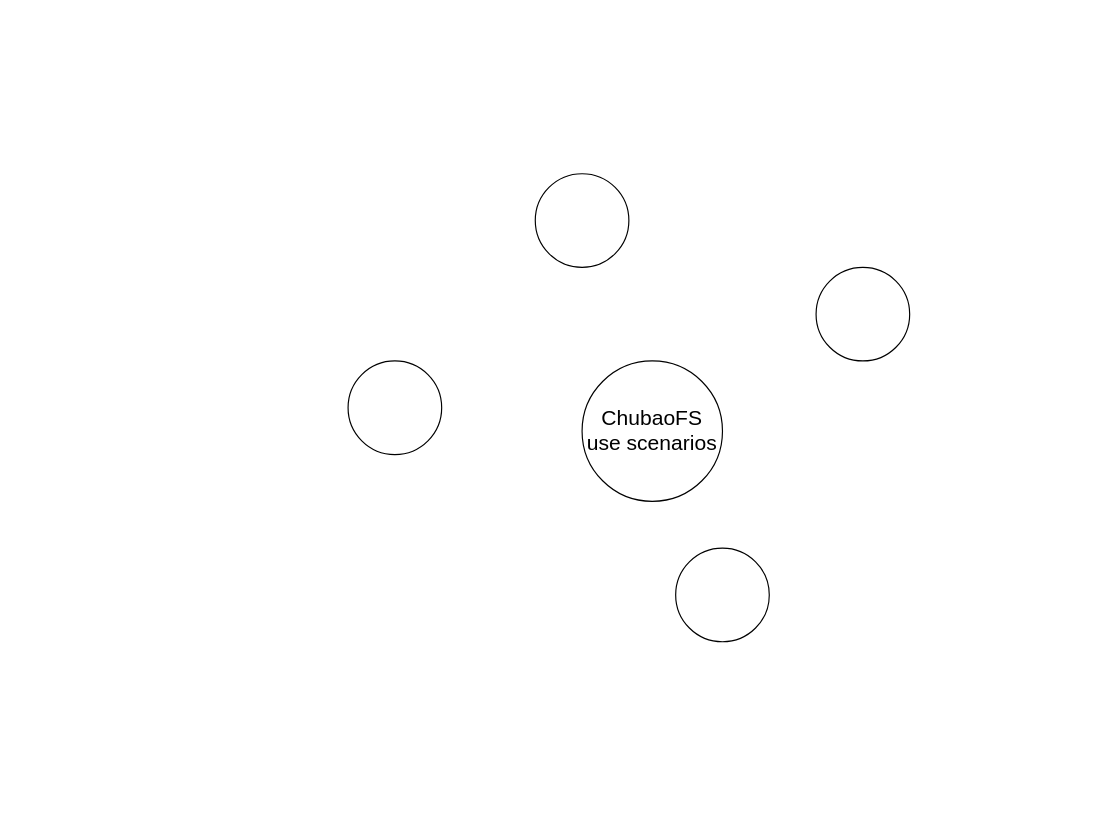
shuoranliu/drawio keeps this draw.io diagram as chubaofs/src/chubaofs_adoptions_jd.drawio. Above is the earlier version. Source tidied: cells renumbered, new cells numbered last; positions are measured from the earlier drawing's top-left corner, leaving out a move shared by most shapes. Both pictures are drawn from the tidied source at 117%, with x=0, y=0 at pixel (347, 173).
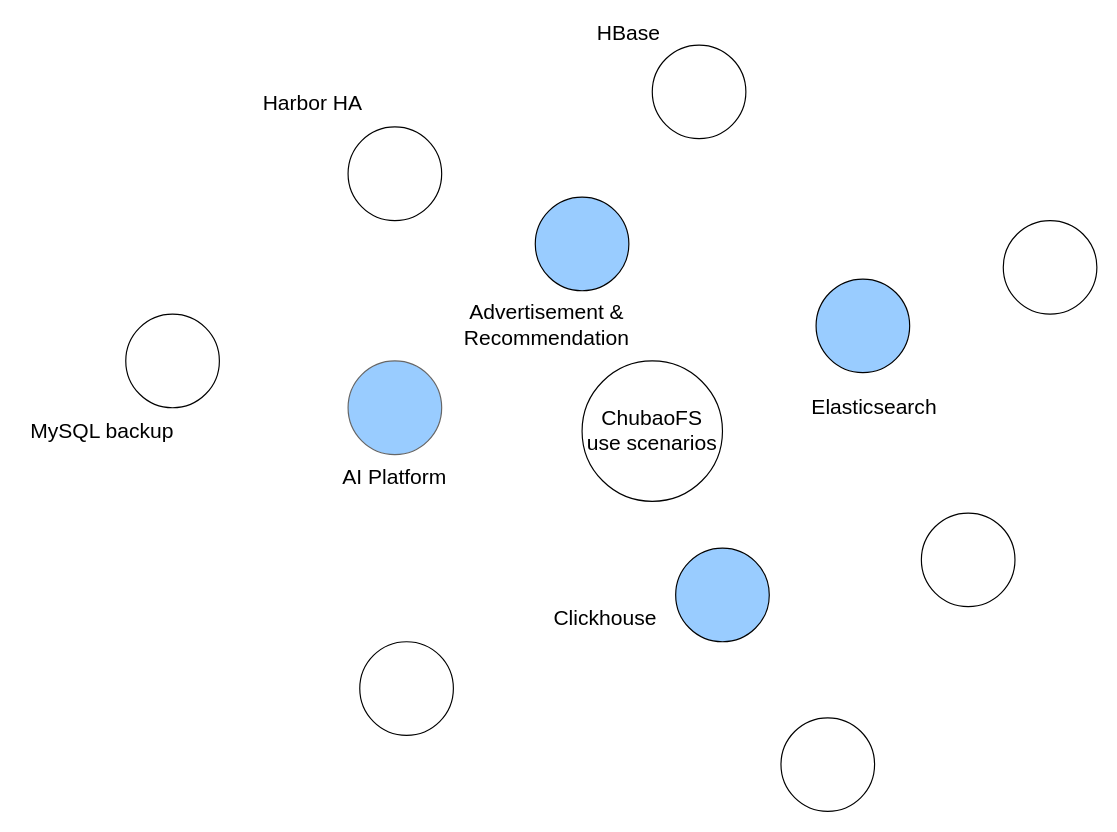
After the change.

The edit, as a diff of the source:
```diff
@@
-    <mxCell id="3" style="ellipse;whiteSpace=wrap;html=1;" parent="1" vertex="1">
-      <mxGeometry x="160" width="80" height="80" as="geometry" />
+    <mxCell id="3" style="ellipse;whiteSpace=wrap;html=1;fillColor=#99CCFF;" parent="1" vertex="1">
+      <mxGeometry x="160" y="20" width="80" height="80" as="geometry" />
     </mxCell>
-    <mxCell id="4" style="ellipse;whiteSpace=wrap;html=1;" parent="1" vertex="1">
-      <mxGeometry x="400" y="80" width="80" height="80" as="geometry" />
+    <mxCell id="4" style="ellipse;whiteSpace=wrap;html=1;strokeColor=#000000;fillColor=#99CCFF;" parent="1" vertex="1">
+      <mxGeometry x="400" y="90" width="80" height="80" as="geometry" />
     </mxCell>
-    <mxCell id="5" style="ellipse;whiteSpace=wrap;html=1;" parent="1" vertex="1">
+    <mxCell id="5" style="ellipse;whiteSpace=wrap;html=1;fillColor=#99CCFF;" parent="1" vertex="1">
       <mxGeometry x="280" y="320" width="80" height="80" as="geometry" />
     </mxCell>
-    <mxCell id="6" style="ellipse;whiteSpace=wrap;html=1;" parent="1" vertex="1">
+    <mxCell id="6" style="ellipse;whiteSpace=wrap;html=1;fillColor=#99CCFF;strokeColor=#666666;" parent="1" vertex="1">
       <mxGeometry y="160" width="80" height="80" as="geometry" />
     </mxCell>
+    <mxCell id="7" value="&lt;font style=&quot;font-size: 18px&quot;&gt;Clickhouse&lt;/font&gt;" style="text;html=1;strokeColor=none;fillColor=none;align=center;verticalAlign=middle;whiteSpace=wrap;rounded=0;" parent="1" vertex="1">
+      <mxGeometry x="200" y="370" width="40" height="20" as="geometry" />
+    </mxCell>
+    <mxCell id="8" value="&lt;font style=&quot;font-size: 18px&quot;&gt;AI Platform&lt;/font&gt;" style="text;html=1;strokeColor=none;fillColor=none;align=center;verticalAlign=middle;whiteSpace=wrap;rounded=0;" parent="1" vertex="1">
+      <mxGeometry x="-30" y="250" width="140" height="20" as="geometry" />
+    </mxCell>
+    <mxCell id="9" style="ellipse;whiteSpace=wrap;html=1;fillColor=#FFFFFF;" parent="1" vertex="1">
+      <mxGeometry x="260" y="-110" width="80" height="80" as="geometry" />
+    </mxCell>
+    <mxCell id="10" style="ellipse;whiteSpace=wrap;html=1;fillColor=#FFFFFF;" parent="1" vertex="1">
+      <mxGeometry y="-40" width="80" height="80" as="geometry" />
+    </mxCell>
+    <mxCell id="11" style="ellipse;whiteSpace=wrap;html=1;fillColor=#FFFFFF;" parent="1" vertex="1">
+      <mxGeometry x="-190" y="120" width="80" height="80" as="geometry" />
+    </mxCell>
+    <mxCell id="12" style="ellipse;whiteSpace=wrap;html=1;fillColor=#FFFFFF;" parent="1" vertex="1">
+      <mxGeometry x="560" y="40" width="80" height="80" as="geometry" />
+    </mxCell>
+    <mxCell id="13" style="ellipse;whiteSpace=wrap;html=1;fillColor=#FFFFFF;" parent="1" vertex="1">
+      <mxGeometry x="490" y="290" width="80" height="80" as="geometry" />
+    </mxCell>
+    <mxCell id="14" style="ellipse;whiteSpace=wrap;html=1;fillColor=#FFFFFF;" parent="1" vertex="1">
+      <mxGeometry x="370" y="465" width="80" height="80" as="geometry" />
+    </mxCell>
+    <mxCell id="15" style="ellipse;whiteSpace=wrap;html=1;fillColor=#FFFFFF;" parent="1" vertex="1">
+      <mxGeometry x="10" y="400" width="80" height="80" as="geometry" />
+    </mxCell>
+    <mxCell id="16" value="&lt;font style=&quot;font-size: 18px&quot;&gt;Advertisement &amp;amp; Recommendation&lt;/font&gt;" style="text;html=1;strokeColor=none;fillColor=none;align=center;verticalAlign=middle;whiteSpace=wrap;rounded=0;" parent="1" vertex="1">
+      <mxGeometry x="100" y="120" width="140" height="20" as="geometry" />
+    </mxCell>
+    <mxCell id="17" value="&lt;font style=&quot;font-size: 18px&quot;&gt;Elasticsearch&lt;/font&gt;" style="text;html=1;strokeColor=none;fillColor=none;align=center;verticalAlign=middle;whiteSpace=wrap;rounded=0;" parent="1" vertex="1">
+      <mxGeometry x="380" y="190" width="140" height="20" as="geometry" />
+    </mxCell>
+    <mxCell id="18" value="&lt;font style=&quot;font-size: 18px&quot;&gt;Harbor HA&lt;/font&gt;" style="text;html=1;strokeColor=none;fillColor=none;align=center;verticalAlign=middle;whiteSpace=wrap;rounded=0;" parent="1" vertex="1">
+      <mxGeometry x="-100" y="-70" width="140" height="20" as="geometry" />
+    </mxCell>
+    <mxCell id="19" value="&lt;font style=&quot;font-size: 18px&quot;&gt;HBase&lt;/font&gt;" style="text;html=1;strokeColor=none;fillColor=none;align=center;verticalAlign=middle;whiteSpace=wrap;rounded=0;" parent="1" vertex="1">
+      <mxGeometry x="170" y="-130" width="140" height="20" as="geometry" />
+    </mxCell>
+    <mxCell id="20" value="&lt;font style=&quot;font-size: 18px&quot;&gt;MySQL backup&lt;/font&gt;" style="text;html=1;strokeColor=none;fillColor=none;align=center;verticalAlign=middle;whiteSpace=wrap;rounded=0;" parent="1" vertex="1">
+      <mxGeometry x="-280" y="210" width="140" height="20" as="geometry" />
+    </mxCell>
```
